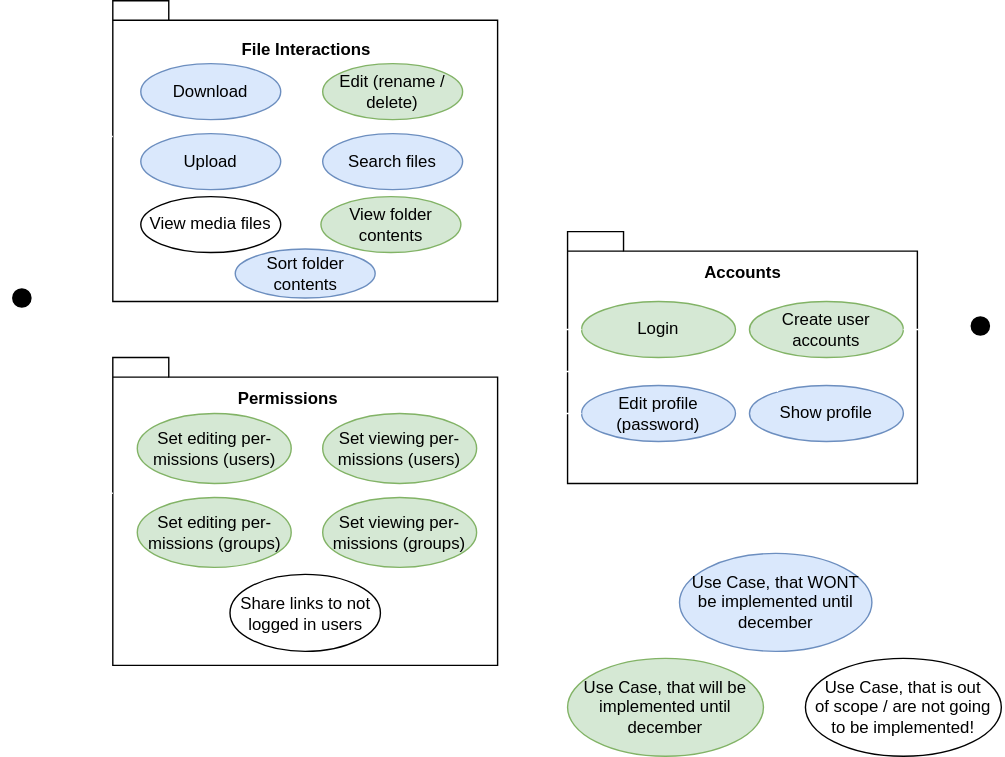
Earlier version of the draw.io export wiki/usecases.svg (FileFighter/filefighter.github.io). Source tidied: cells renumbered, new cells last; positions are measured from the earlier drawing's top-left corner, leaving out a move shared by most shapes.
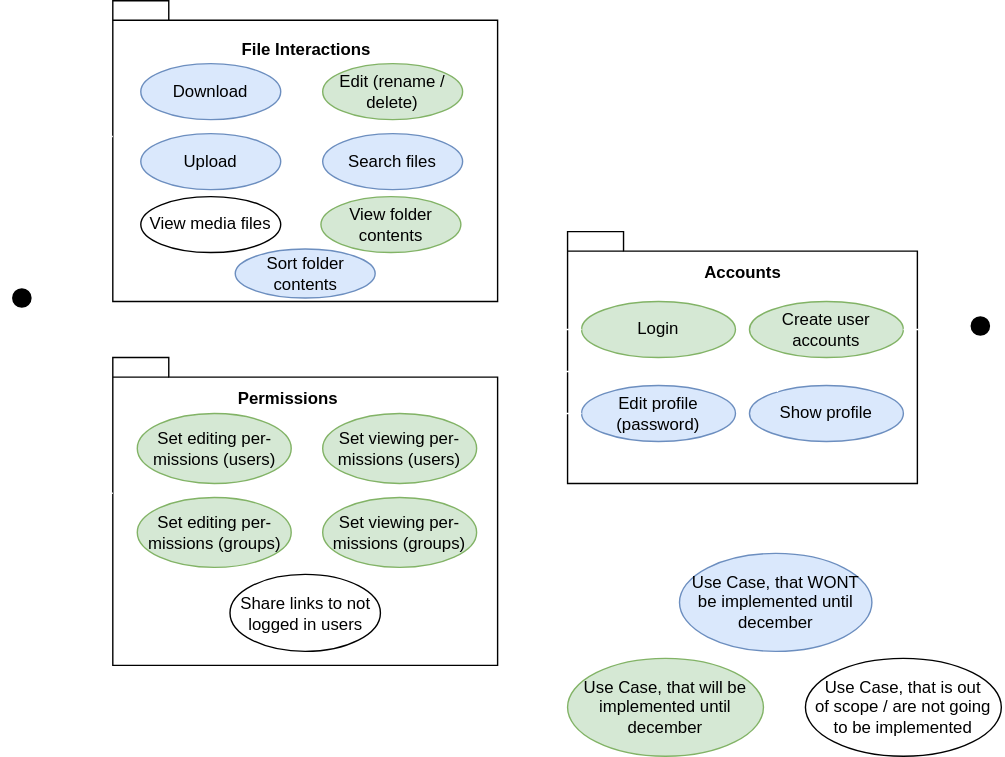
Above is the later version.

What changed in the source:
```diff
@@ -90,7 +90,7 @@
     <mxCell id="28" value="Use Case, that WONT&lt;br&gt;be implemented until december" style="ellipse;whiteSpace=wrap;html=1;fillColor=#dae8fc;strokeColor=#6c8ebf;" parent="1" vertex="1">
       <mxGeometry x="485" y="395" width="137.5" height="70" as="geometry" />
     </mxCell>
-    <mxCell id="29" value="Use Case, that is out &lt;br&gt;of scope / are not going to be implemented!" style="ellipse;whiteSpace=wrap;html=1;" parent="1" vertex="1">
+    <mxCell id="29" value="Use Case, that is out &lt;br&gt;of scope / are not going to be implemented" style="ellipse;whiteSpace=wrap;html=1;" parent="1" vertex="1">
       <mxGeometry x="575" y="470" width="140" height="70" as="geometry" />
     </mxCell>
     <mxCell id="30" style="endArrow=none;html=1;edgeStyle=orthogonalEdgeStyle;strokeColor=#FFFFFF;" parent="1" edge="1" target="21">
```
